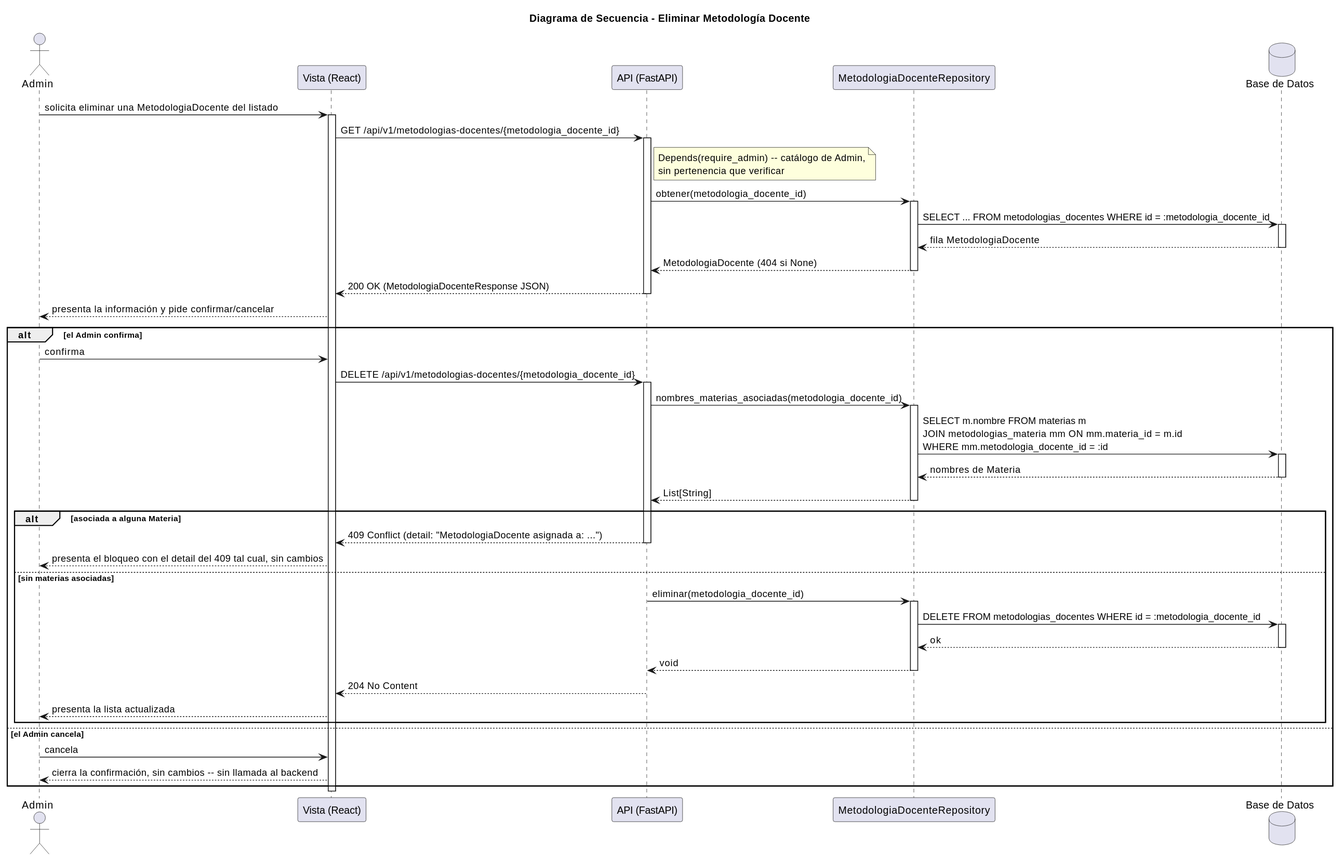
The PlantUML diagram images/RUP/03-diseño/casos-uso/eliminarMetodologiaDocente/secuencia.svg in mmasias/pyCeldaPublico, before a commit.
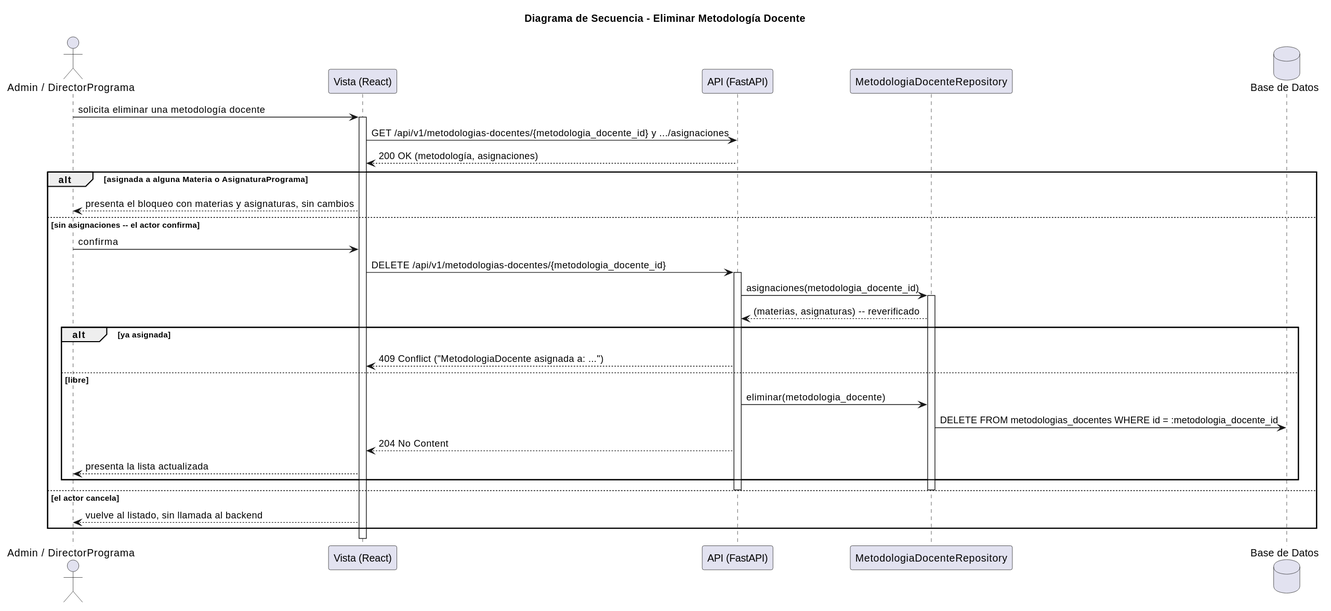
The same file after the commit.

Change to the diagram source:
```diff
@@ -1,61 +1,37 @@
 @startuml
 title Diagrama de Secuencia - Eliminar Metodología Docente
 
-actor "Admin" as Admin
+actor "Admin / DirectorPrograma" as Actor
 participant "Vista (React)" as Vista
 participant "API (FastAPI)" as API
-participant "MetodologiaDocenteRepository" as MetodologiaRepo
+participant "MetodologiaDocenteRepository" as Repo
 database "Base de Datos" as DB
 
-Admin -> Vista: solicita eliminar una MetodologiaDocente del listado
+Actor -> Vista: solicita eliminar una metodología docente
 activate Vista
-Vista -> API: GET /api/v1/metodologias-docentes/{metodologia_docente_id}
-activate API
-note right of API: Depends(require_admin) -- catálogo de Admin,\nsin pertenencia que verificar
-API -> MetodologiaRepo: obtener(metodologia_docente_id)
-activate MetodologiaRepo
-MetodologiaRepo -> DB: SELECT ... FROM metodologias_docentes WHERE id = :metodologia_docente_id
-activate DB
-DB --> MetodologiaRepo: fila MetodologiaDocente
-deactivate DB
-MetodologiaRepo --> API: MetodologiaDocente (404 si None)
-deactivate MetodologiaRepo
-API --> Vista: 200 OK (MetodologiaDocenteResponse JSON)
-deactivate API
-Vista --> Admin: presenta la información y pide confirmar/cancelar
-
-alt el Admin confirma
-  Admin -> Vista: confirma
+Vista -> API: GET /api/v1/metodologias-docentes/{metodologia_docente_id} y .../asignaciones
+API --> Vista: 200 OK (metodología, asignaciones)
+alt asignada a alguna Materia o AsignaturaPrograma
+  Vista --> Actor: presenta el bloqueo con materias y asignaturas, sin cambios
+else sin asignaciones -- el actor confirma
+  Actor -> Vista: confirma
   Vista -> API: DELETE /api/v1/metodologias-docentes/{metodologia_docente_id}
   activate API
-  API -> MetodologiaRepo: nombres_materias_asociadas(metodologia_docente_id)
-  activate MetodologiaRepo
-  MetodologiaRepo -> DB: SELECT m.nombre FROM materias m\nJOIN metodologias_materia mm ON mm.materia_id = m.id\nWHERE mm.metodologia_docente_id = :id
-  activate DB
-  DB --> MetodologiaRepo: nombres de Materia
-  deactivate DB
-  MetodologiaRepo --> API: List[String]
-  deactivate MetodologiaRepo
-  alt asociada a alguna Materia
-    API --> Vista: 409 Conflict (detail: "MetodologiaDocente asignada a: ...")
-    deactivate API
-    Vista --> Admin: presenta el bloqueo con el detail del 409 tal cual, sin cambios
-  else sin materias asociadas
-    API -> MetodologiaRepo: eliminar(metodologia_docente_id)
-    activate MetodologiaRepo
-    MetodologiaRepo -> DB: DELETE FROM metodologias_docentes WHERE id = :metodologia_docente_id
-    activate DB
-    DB --> MetodologiaRepo: ok
-    deactivate DB
-    MetodologiaRepo --> API: void
-    deactivate MetodologiaRepo
+  API -> Repo: asignaciones(metodologia_docente_id)
+  activate Repo
+  Repo --> API: (materias, asignaturas) -- reverificado
+  alt ya asignada
+    API --> Vista: 409 Conflict ("MetodologiaDocente asignada a: ...")
+  else libre
+    API -> Repo: eliminar(metodologia_docente)
+    Repo -> DB: DELETE FROM metodologias_docentes WHERE id = :metodologia_docente_id
     API --> Vista: 204 No Content
-    deactivate API
-    Vista --> Admin: presenta la lista actualizada
+    Vista --> Actor: presenta la lista actualizada
   end
-else el Admin cancela
-  Admin -> Vista: cancela
-  Vista --> Admin: cierra la confirmación, sin cambios -- sin llamada al backend
+  deactivate Repo
+  deactivate API
+else el actor cancela
+  Vista --> Actor: vuelve al listado, sin llamada al backend
 end
 deactivate Vista
 @enduml
```
